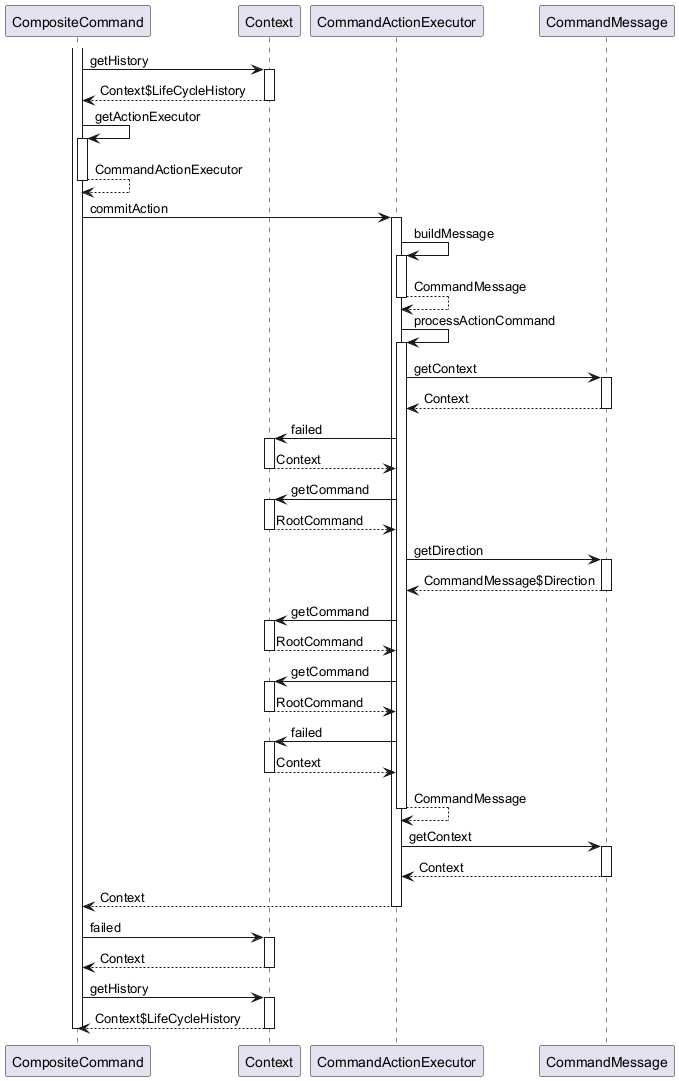
OlegSopilnyak/school-demo keeps this PlantUML diagram as business-logic/documentation/html/images/MacroCommand.executeDoNested.puml.png.png. Above is the earlier version. The source it was exported from:
```plantuml
@startuml

participant CompositeCommand
participant Context
participant CommandActionExecutor
participant CommandMessage

activate CompositeCommand
	CompositeCommand -> Context : getHistory
	activate Context
		Context --> CompositeCommand : Context$LifeCycleHistory
	deactivate Context
	CompositeCommand -> CompositeCommand : getActionExecutor
	activate CompositeCommand
		CompositeCommand --> CompositeCommand : CommandActionExecutor
	deactivate CompositeCommand
	CompositeCommand -> CommandActionExecutor : commitAction
	activate CommandActionExecutor
		CommandActionExecutor -> CommandActionExecutor : buildMessage
		activate CommandActionExecutor
			CommandActionExecutor --> CommandActionExecutor : CommandMessage
		deactivate CommandActionExecutor
		CommandActionExecutor -> CommandActionExecutor : processActionCommand
		activate CommandActionExecutor
			CommandActionExecutor -> CommandMessage : getContext
			activate CommandMessage
				CommandMessage --> CommandActionExecutor : Context
			deactivate CommandMessage
			CommandActionExecutor -> Context : failed
			activate Context
				Context --> CommandActionExecutor : Context
			deactivate Context
			CommandActionExecutor -> Context : getCommand
			activate Context
				Context --> CommandActionExecutor : RootCommand
			deactivate Context
			CommandActionExecutor -> CommandMessage : getDirection
			activate CommandMessage
				CommandMessage --> CommandActionExecutor : CommandMessage$Direction
			deactivate CommandMessage
			CommandActionExecutor -> Context : getCommand
			activate Context
				Context --> CommandActionExecutor : RootCommand
			deactivate Context
			CommandActionExecutor -> Context : getCommand
			activate Context
				Context --> CommandActionExecutor : RootCommand
			deactivate Context
			CommandActionExecutor -> Context : failed
			activate Context
				Context --> CommandActionExecutor : Context
			deactivate Context
			CommandActionExecutor --> CommandActionExecutor : CommandMessage
		deactivate CommandActionExecutor
		CommandActionExecutor -> CommandMessage : getContext
		activate CommandMessage
			CommandMessage --> CommandActionExecutor : Context
		deactivate CommandMessage
		CommandActionExecutor --> CompositeCommand : Context
	deactivate CommandActionExecutor
	CompositeCommand -> Context : failed
	activate Context
		Context --> CompositeCommand : Context
	deactivate Context
	CompositeCommand -> Context : getHistory
	activate Context
		Context --> CompositeCommand : Context$LifeCycleHistory
	deactivate Context
deactivate CompositeCommand

@enduml
```
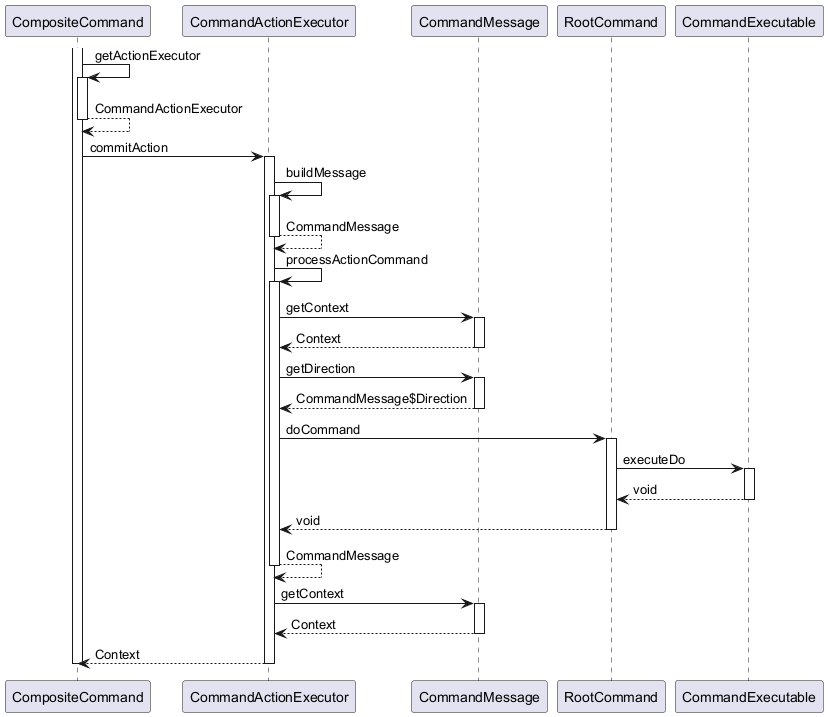
After the change.

The edit, as a diff of the source:
```diff
@@ -1,15 +1,12 @@
 @startuml
 
 participant CompositeCommand
-participant Context
 participant CommandActionExecutor
 participant CommandMessage
+participant RootCommand
+participant CommandExecutable
 
 activate CompositeCommand
-	CompositeCommand -> Context : getHistory
-	activate Context
-		Context --> CompositeCommand : Context$LifeCycleHistory
-	deactivate Context
 	CompositeCommand -> CompositeCommand : getActionExecutor
 	activate CompositeCommand
 		CompositeCommand --> CompositeCommand : CommandActionExecutor
@@ -26,30 +23,18 @@
 			activate CommandMessage
 				CommandMessage --> CommandActionExecutor : Context
 			deactivate CommandMessage
-			CommandActionExecutor -> Context : failed
-			activate Context
-				Context --> CommandActionExecutor : Context
-			deactivate Context
-			CommandActionExecutor -> Context : getCommand
-			activate Context
-				Context --> CommandActionExecutor : RootCommand
-			deactivate Context
 			CommandActionExecutor -> CommandMessage : getDirection
 			activate CommandMessage
 				CommandMessage --> CommandActionExecutor : CommandMessage$Direction
 			deactivate CommandMessage
-			CommandActionExecutor -> Context : getCommand
-			activate Context
-				Context --> CommandActionExecutor : RootCommand
-			deactivate Context
-			CommandActionExecutor -> Context : getCommand
-			activate Context
-				Context --> CommandActionExecutor : RootCommand
-			deactivate Context
-			CommandActionExecutor -> Context : failed
-			activate Context
-				Context --> CommandActionExecutor : Context
-			deactivate Context
+			CommandActionExecutor -> RootCommand : doCommand
+			activate RootCommand
+				RootCommand -> CommandExecutable : executeDo
+				activate CommandExecutable
+					CommandExecutable --> RootCommand : void
+				deactivate CommandExecutable
+				RootCommand --> CommandActionExecutor : void
+			deactivate RootCommand
 			CommandActionExecutor --> CommandActionExecutor : CommandMessage
 		deactivate CommandActionExecutor
 		CommandActionExecutor -> CommandMessage : getContext
@@ -58,14 +43,6 @@
 		deactivate CommandMessage
 		CommandActionExecutor --> CompositeCommand : Context
 	deactivate CommandActionExecutor
-	CompositeCommand -> Context : failed
-	activate Context
-		Context --> CompositeCommand : Context
-	deactivate Context
-	CompositeCommand -> Context : getHistory
-	activate Context
-		Context --> CompositeCommand : Context$LifeCycleHistory
-	deactivate Context
 deactivate CompositeCommand
 
 @enduml
```
